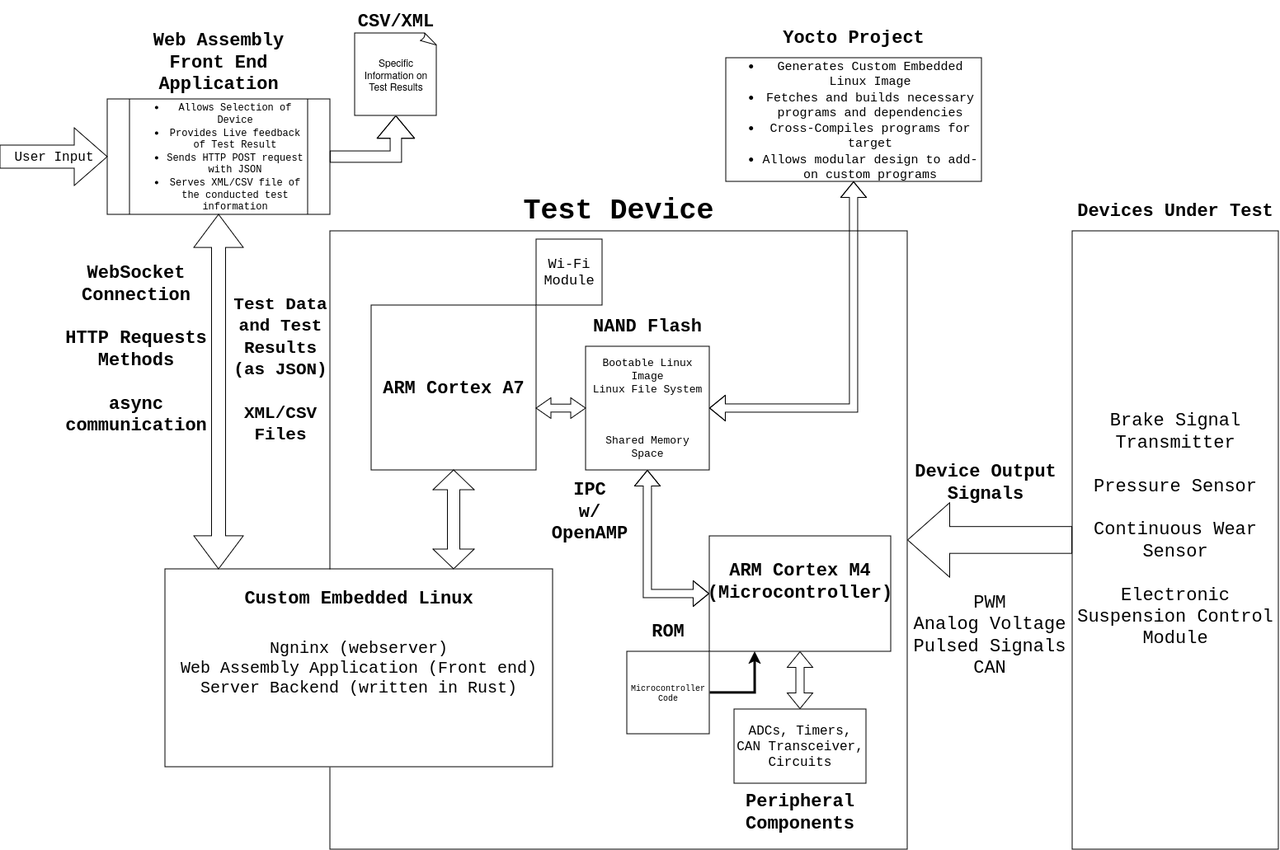
Above: September06/block_diagram.drawio.png in DMGDy/ECE4820-Presentation (draw.io), before the change. Source tidied: cells renumbered, new cells last; positions are measured from the earlier drawing's top-left corner, leaving out a move shared by most shapes.
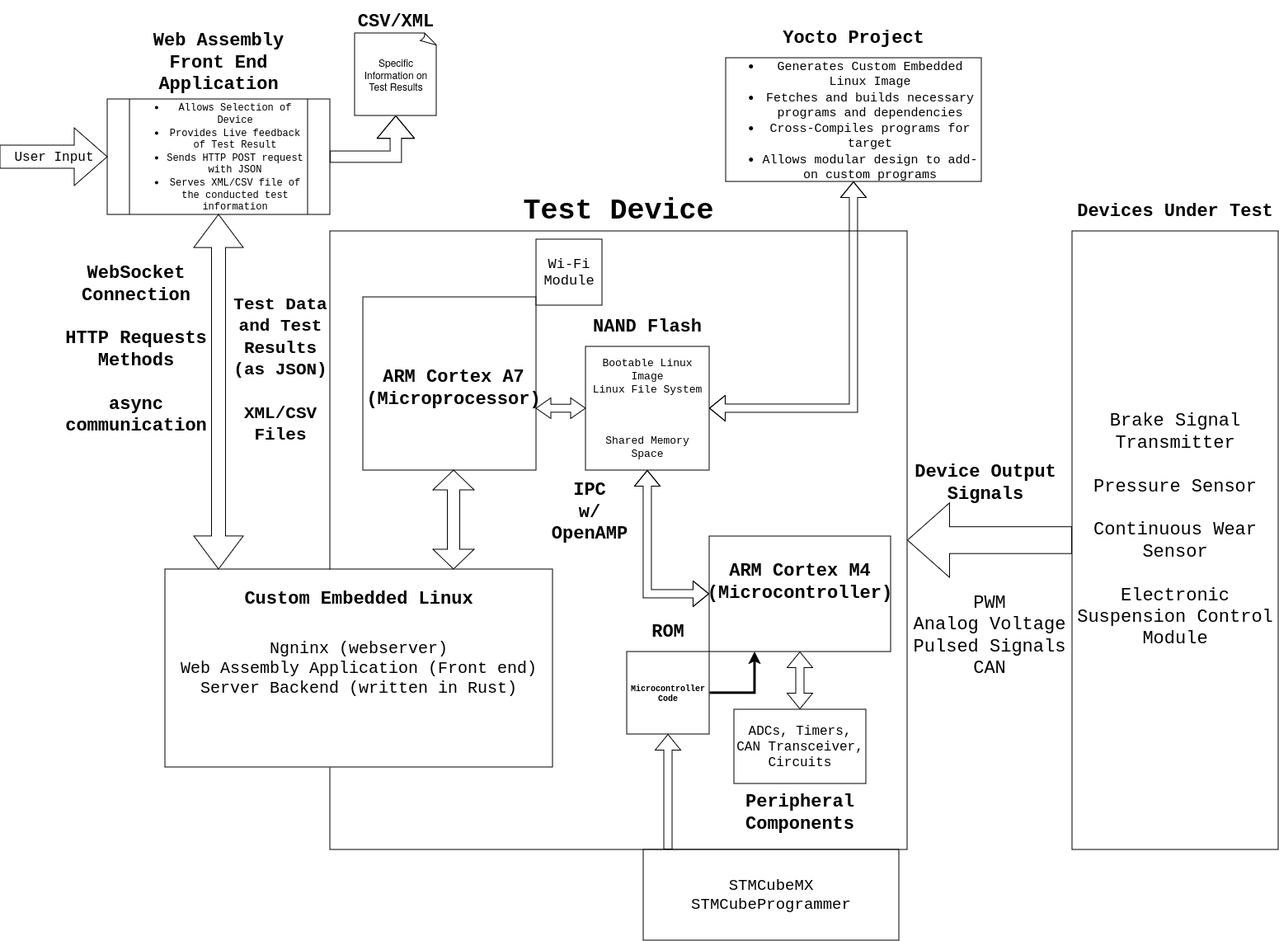
Later version of the same file.

Diff of the diagram source:
```diff
@@ -44,16 +44,16 @@
     <mxCell id="15" style="edgeStyle=orthogonalEdgeStyle;rounded=0;jettySize=auto;html=1;exitX=1;exitY=0.5;exitDx=0;exitDy=0;entryX=0.25;entryY=1;entryDx=0;entryDy=0;strokeWidth=3;fontColor=default;labelBackgroundColor=none;" parent="1" edge="1" source="16" target="10">
       <mxGeometry relative="1" as="geometry" />
     </mxCell>
-    <mxCell id="16" value="Microcontroller&lt;br style=&quot;font-size: 10px;&quot;&gt;Code" style="whiteSpace=wrap;html=1;fontSize=10;fontFamily=Courier New;labelBackgroundColor=none;" parent="1" vertex="1">
+    <mxCell id="16" value="&lt;b&gt;Microcontroller&lt;br style=&quot;font-size: 10px;&quot;&gt;Code&lt;/b&gt;" style="whiteSpace=wrap;html=1;fontSize=10;fontFamily=Courier New;labelBackgroundColor=none;" parent="1" vertex="1">
       <mxGeometry x="760" y="790" width="100" height="100" as="geometry" />
     </mxCell>
     <mxCell id="17" value="ROM" style="text;html=1;align=center;verticalAlign=middle;whiteSpace=wrap;rounded=0;fontFamily=Courier New;fontSize=22;fontStyle=1;direction=west;labelBackgroundColor=none;" parent="1" vertex="1">
       <mxGeometry x="760" y="740" width="100" height="50" as="geometry" />
     </mxCell>
     <mxCell id="18" style="whiteSpace=wrap;html=1;labelBackgroundColor=none;" parent="1" vertex="1">
-      <mxGeometry x="450" y="370" width="200" height="200" as="geometry" />
+      <mxGeometry x="440" y="360" width="210" height="210" as="geometry" />
     </mxCell>
-    <mxCell id="19" value="ARM Cortex A7" style="text;html=1;align=center;verticalAlign=middle;whiteSpace=wrap;rounded=0;fontFamily=Courier New;fontSize=22;fontStyle=1;labelBackgroundColor=none;" parent="1" vertex="1">
+    <mxCell id="19" value="ARM Cortex A7&lt;br&gt;(Microprocessor)" style="text;html=1;align=center;verticalAlign=middle;whiteSpace=wrap;rounded=0;fontFamily=Courier New;fontSize=22;fontStyle=1;labelBackgroundColor=none;" parent="1" vertex="1">
       <mxGeometry x="450" y="445" width="200" height="50" as="geometry" />
     </mxCell>
     <mxCell id="20" value="&lt;font face=&quot;Courier New&quot; style=&quot;font-size: 20px;&quot;&gt;Ngninx (webserver)&lt;br&gt;Web Assembly Application (Front end)&lt;br&gt;Server Backend (written in Rust)&lt;br&gt;&lt;/font&gt;" style="rounded=0;whiteSpace=wrap;html=1;labelBackgroundColor=none;" parent="1" vertex="1">
@@ -131,5 +131,13 @@
     <mxCell id="40" value="CSV/XML" style="text;html=1;align=center;verticalAlign=middle;whiteSpace=wrap;rounded=0;fontFamily=Courier New;fontSize=22;fontStyle=1;direction=west;labelBackgroundColor=none;" parent="1" vertex="1">
       <mxGeometry x="430" width="100" height="50" as="geometry" />
     </mxCell>
+    <mxCell id="41" value="STMCubeMX&lt;br style=&quot;font-size: 19px;&quot;&gt;STMCubeProgrammer" style="rounded=0;whiteSpace=wrap;html=1;fontSize=19;fontFamily=Courier New;" parent="1" vertex="1">
+      <mxGeometry x="780" y="1030" width="310" height="110" as="geometry" />
+    </mxCell>
+    <mxCell id="42" style="shape=flexArrow;endArrow=classic;html=1;rounded=0;entryX=0.5;entryY=1;entryDx=0;entryDy=0;" parent="1" edge="1" target="16">
+      <mxGeometry relative="1" as="geometry">
+        <mxPoint x="810" y="1030" as="sourcePoint" />
+      </mxGeometry>
+    </mxCell>
   </root>
 </mxGraphModel>
```
